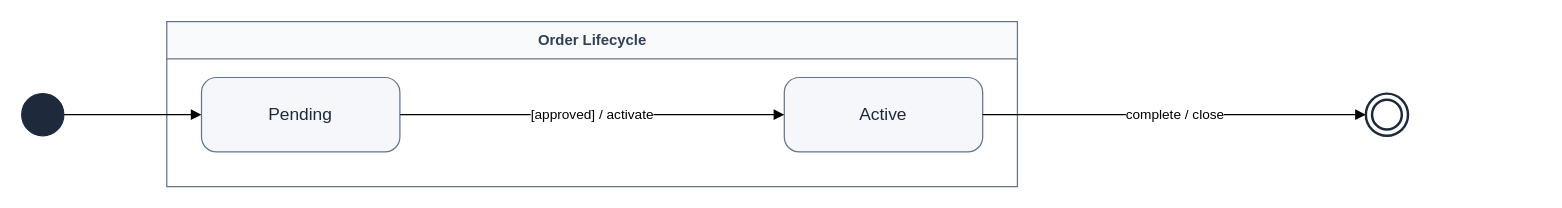
Above: examples/08-state/generated-state.drawio in XU-QiYi/ai-diagram-tool (draw.io), before the change. Source tidied: cells renumbered, new cells numbered last; positions are measured from the earlier drawing's top-left corner, leaving out a move shared by most shapes. Both pictures are drawn from the tidied source at 124%, with x=0, y=0 at pixel (21, 21).
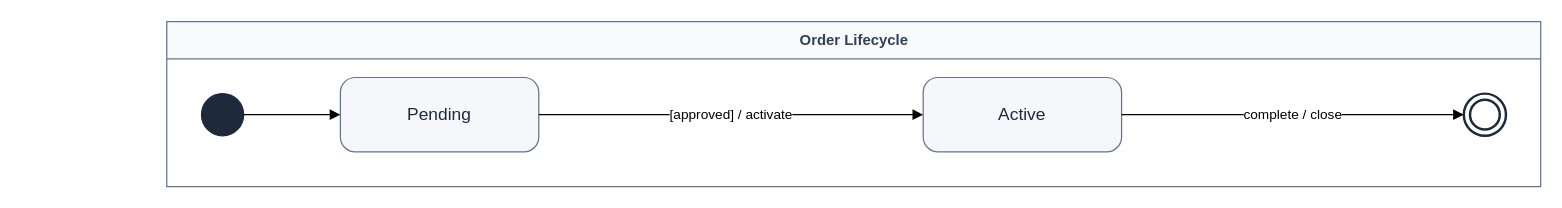
The same page after the edit.

Diff of the diagram source:
```diff
@@
 <mxGraphModel>
   <root>
     <mxCell id="0" />
     <mxCell id="1" parent="0" />
     <mxCell id="2" value="Order Lifecycle" style="swimlane;html=1;horizontal=1;startSize=30;fillColor=#F8FAFC;strokeColor=#64748B;fontColor=#334155;fontStyle=1;" parent="1" vertex="1">
-      <mxGeometry x="117" width="686" height="133" as="geometry" />
+      <mxGeometry x="117" width="1108" height="133" as="geometry" />
     </mxCell>
-    <mxCell id="3" style="ellipse;whiteSpace=wrap;html=1;fillColor=#1E293B;strokeColor=#1E293B;" parent="1" vertex="1">
-      <mxGeometry y="58" width="34" height="34" as="geometry" />
+    <mxCell id="3" style="ellipse;whiteSpace=wrap;html=1;fillColor=#1E293B;strokeColor=#1E293B;" parent="2" vertex="1">
+      <mxGeometry x="28" y="58" width="34" height="34" as="geometry" />
     </mxCell>
-    <mxCell id="4" style="shape=doubleEllipse;whiteSpace=wrap;html=1;fillColor=#FFFFFF;strokeColor=#1E293B;strokeWidth=2;fontColor=#1E293B;" parent="1" vertex="1">
-      <mxGeometry x="1084" y="58" width="34" height="34" as="geometry" />
-    </mxCell>
     <mxCell id="5" value="Pending" style="whiteSpace=wrap;html=1;rounded=1;arcSize=20;fillColor=#F5F7FA;strokeColor=#64748B;fontColor=#1E293B;fontSize=14;strokeWidth=1;spacing=8;" parent="2" vertex="1">
-      <mxGeometry x="28" y="45" width="160" height="60" as="geometry" />
+      <mxGeometry x="140" y="45" width="160" height="60" as="geometry" />
     </mxCell>
     <mxCell id="6" value="Active" style="whiteSpace=wrap;html=1;rounded=1;arcSize=20;fillColor=#F5F7FA;strokeColor=#64748B;fontColor=#1E293B;fontSize=14;strokeWidth=1;spacing=8;" parent="2" vertex="1">
-      <mxGeometry x="498" y="45" width="160" height="60" as="geometry" />
+      <mxGeometry x="610" y="45" width="160" height="60" as="geometry" />
     </mxCell>
+    <mxCell id="4" style="shape=doubleEllipse;whiteSpace=wrap;html=1;fillColor=#FFFFFF;strokeColor=#1E293B;strokeWidth=2;fontColor=#1E293B;" parent="2" vertex="1">
+      <mxGeometry x="1046" y="58" width="34" height="34" as="geometry" />
+    </mxCell>
-    <mxCell id="7" style="edgeStyle=orthogonalEdgeStyle;rounded=0;jettySize=auto;html=1;strokeColor=#000000;fontColor=#000000;endArrow=block;strokeColor=#000000;fontColor=#000000;" parent="1" edge="1" source="3" target="5">
-      <mxGeometry relative="1" as="geometry">
-        <Array as="points">
-          <mxPoint x="112" y="75" />
-        </Array>
-      </mxGeometry>
+    <mxCell id="7" style="edgeStyle=orthogonalEdgeStyle;rounded=0;jettySize=auto;html=1;strokeColor=#000000;fontColor=#000000;labelBackgroundColor=#FFFFFF;endArrow=block;edgeStyle=none;exitX=1;exitY=0.5;exitDx=0;exitDy=0;entryX=0;entryY=0.5;entryDx=0;entryDy=0;strokeColor=#000000;fontColor=#000000;" parent="1" edge="1" source="3" target="5">
+      <mxGeometry relative="1" as="geometry" />
     </mxCell>
-    <mxCell id="8" value="[approved] / activate" style="edgeStyle=orthogonalEdgeStyle;rounded=0;jettySize=auto;html=1;strokeColor=#000000;fontColor=#000000;endArrow=block;edgeStyle=none;strokeColor=#000000;fontColor=#000000;" parent="1" edge="1" source="5" target="6">
+    <mxCell id="8" value="[approved] / activate" style="edgeStyle=orthogonalEdgeStyle;rounded=0;jettySize=auto;html=1;strokeColor=#000000;fontColor=#000000;labelBackgroundColor=#FFFFFF;endArrow=block;edgeStyle=none;exitX=1;exitY=0.5;exitDx=0;exitDy=0;entryX=0;entryY=0.5;entryDx=0;entryDy=0;strokeColor=#000000;fontColor=#000000;" parent="1" edge="1" source="5" target="6">
       <mxGeometry relative="1" as="geometry" />
     </mxCell>
-    <mxCell id="9" value="complete / close" style="edgeStyle=orthogonalEdgeStyle;rounded=0;jettySize=auto;html=1;strokeColor=#000000;fontColor=#000000;endArrow=block;strokeColor=#000000;fontColor=#000000;" parent="1" edge="1" source="6" target="4">
-      <mxGeometry relative="1" as="geometry">
-        <Array as="points">
-          <mxPoint x="808" y="75" />
-        </Array>
-      </mxGeometry>
+    <mxCell id="9" value="complete / close" style="edgeStyle=orthogonalEdgeStyle;rounded=0;jettySize=auto;html=1;strokeColor=#000000;fontColor=#000000;labelBackgroundColor=#FFFFFF;endArrow=block;edgeStyle=none;exitX=1;exitY=0.5;exitDx=0;exitDy=0;entryX=0;entryY=0.5;entryDx=0;entryDy=0;strokeColor=#000000;fontColor=#000000;" parent="1" edge="1" source="6" target="4">
+      <mxGeometry relative="1" as="geometry" />
     </mxCell>
   </root>
 </mxGraphModel>
```
